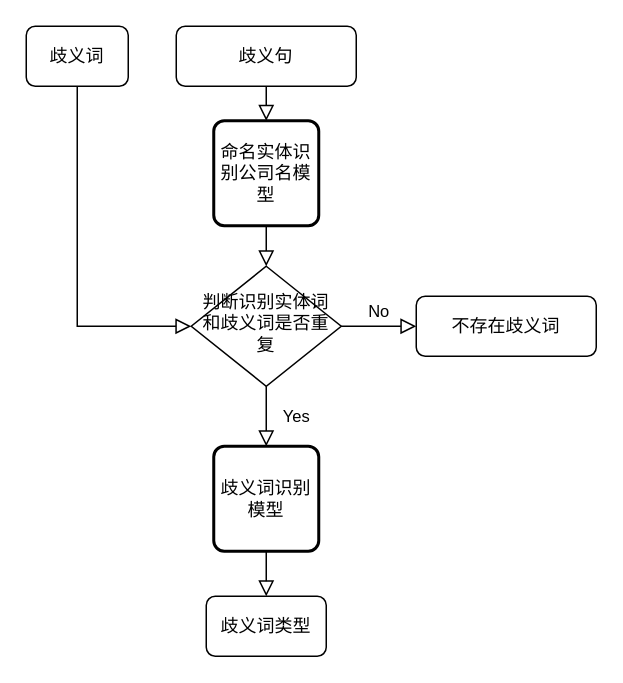
Before: other/Untitled Diagram.drawio in MMMLMF/notes, a draw.io diagram. Source tidied: cells renumbered, new cells numbered last; positions are measured from the earlier drawing's top-left corner, leaving out a move shared by most shapes. Both pictures are drawn from the tidied source at 150%, with x=0, y=0 at pixel (26, 26).
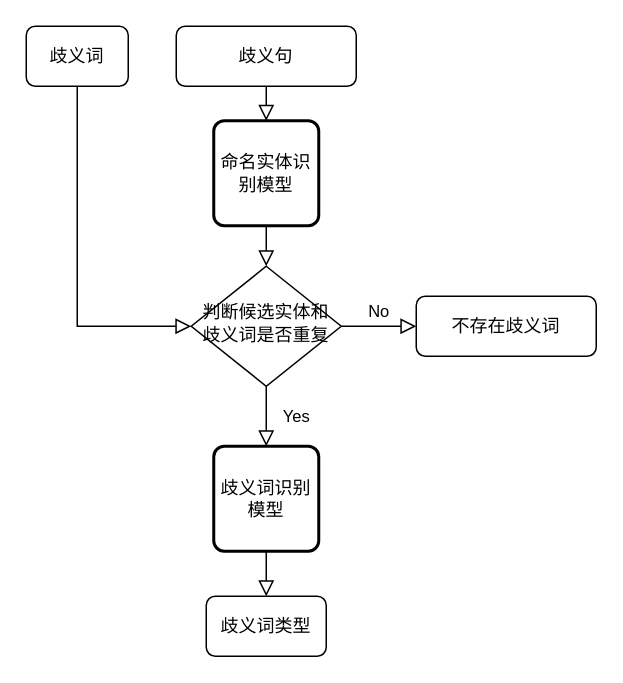
After the change.

Change to the diagram source:
```diff
@@
 <mxGraphModel>
   <root>
     <mxCell id="0" />
     <mxCell id="1" parent="0" />
     <mxCell id="2" value="歧义句" style="rounded=1;whiteSpace=wrap;html=1;fontSize=12;glass=0;strokeWidth=1;shadow=0;" parent="1" vertex="1">
       <mxGeometry x="100" width="120" height="40" as="geometry" />
     </mxCell>
     <mxCell id="3" value="Yes" style="rounded=0;html=1;jettySize=auto;fontSize=11;endArrow=block;endFill=0;endSize=8;strokeWidth=1;shadow=0;labelBackgroundColor=none;edgeStyle=orthogonalEdgeStyle;entryX=0.5;entryY=0;entryDx=0;entryDy=0;" parent="1" edge="1" source="5" target="13">
       <mxGeometry y="20" relative="1" as="geometry" />
     </mxCell>
     <mxCell id="4" value="No" style="edgeStyle=orthogonalEdgeStyle;rounded=0;html=1;jettySize=auto;fontSize=11;endArrow=block;endFill=0;endSize=8;strokeWidth=1;shadow=0;labelBackgroundColor=none;" parent="1" edge="1" source="5" target="6">
       <mxGeometry y="10" relative="1" as="geometry" />
     </mxCell>
-    <mxCell id="5" value="判断识别实体词和歧义词是否重复" style="rhombus;whiteSpace=wrap;html=1;shadow=0;fontFamily=Helvetica;fontSize=12;align=center;strokeWidth=1;spacing=6;spacingTop=-4;" parent="1" vertex="1">
+    <mxCell id="5" value="判断候选实体和歧义词是否重复" style="rhombus;whiteSpace=wrap;html=1;shadow=0;fontFamily=Helvetica;fontSize=12;align=center;strokeWidth=1;spacing=6;spacingTop=-4;" parent="1" vertex="1">
       <mxGeometry x="110" y="160" width="100" height="80" as="geometry" />
     </mxCell>
     <mxCell id="6" value="不存在歧义词" style="rounded=1;whiteSpace=wrap;html=1;fontSize=12;glass=0;strokeWidth=1;shadow=0;" parent="1" vertex="1">
       <mxGeometry x="260" y="180" width="120" height="40" as="geometry" />
     </mxCell>
     <mxCell id="7" style="rounded=0;html=1;jettySize=auto;fontSize=11;endArrow=block;endFill=0;endSize=8;strokeWidth=1;shadow=0;labelBackgroundColor=none;edgeStyle=orthogonalEdgeStyle;exitX=0.5;exitY=1;exitDx=0;exitDy=0;" parent="1" edge="1" source="13" target="8">
       <mxGeometry x="0.33" y="20" relative="1" as="geometry" />
     </mxCell>
     <mxCell id="8" value="歧义词类型" style="rounded=1;whiteSpace=wrap;html=1;fontSize=12;glass=0;strokeWidth=1;shadow=0;" parent="1" vertex="1">
       <mxGeometry x="120" y="380" width="80" height="40" as="geometry" />
     </mxCell>
     <mxCell id="9" value="歧义词" style="rounded=1;whiteSpace=wrap;html=1;fontSize=12;glass=0;strokeWidth=1;shadow=0;" parent="1" vertex="1">
       <mxGeometry width="68" height="40" as="geometry" />
     </mxCell>
     <mxCell id="10" style="rounded=0;html=1;jettySize=auto;fontSize=11;endArrow=block;endFill=0;endSize=8;strokeWidth=1;shadow=0;labelBackgroundColor=none;edgeStyle=orthogonalEdgeStyle;exitX=0.5;exitY=1;exitDx=0;exitDy=0;entryX=0;entryY=0.5;entryDx=0;entryDy=0;" parent="1" edge="1" source="9" target="5">
       <mxGeometry relative="1" as="geometry" />
     </mxCell>
     <mxCell id="11" style="rounded=0;html=1;jettySize=auto;fontSize=11;endArrow=block;endFill=0;endSize=8;strokeWidth=1;shadow=0;labelBackgroundColor=none;edgeStyle=orthogonalEdgeStyle;entryX=0.5;entryY=0;entryDx=0;entryDy=0;exitX=0.5;exitY=1;exitDx=0;exitDy=0;" parent="1" edge="1" source="12" target="5">
       <mxGeometry relative="1" as="geometry" />
     </mxCell>
-    <mxCell id="12" value="&lt;span&gt;命名实体识别公司名模型&lt;/span&gt;" style="rounded=1;whiteSpace=wrap;html=1;absoluteArcSize=1;arcSize=14;strokeWidth=2;" parent="1" vertex="1">
+    <mxCell id="12" value="&lt;span&gt;命名实体识别模型&lt;/span&gt;" style="rounded=1;whiteSpace=wrap;html=1;absoluteArcSize=1;arcSize=14;strokeWidth=2;" parent="1" vertex="1">
       <mxGeometry x="125" y="63" width="70" height="70" as="geometry" />
     </mxCell>
     <mxCell id="13" value="&lt;span&gt;歧义词识别模型&lt;/span&gt;" style="rounded=1;whiteSpace=wrap;html=1;absoluteArcSize=1;arcSize=14;strokeWidth=2;" parent="1" vertex="1">
       <mxGeometry x="125" y="280" width="70" height="70" as="geometry" />
     </mxCell>
     <mxCell id="14" style="rounded=0;html=1;jettySize=auto;fontSize=11;endArrow=block;endFill=0;endSize=8;strokeWidth=1;shadow=0;labelBackgroundColor=none;edgeStyle=orthogonalEdgeStyle;entryX=0.5;entryY=0;entryDx=0;entryDy=0;exitX=0.5;exitY=1;exitDx=0;exitDy=0;" parent="1" edge="1" source="2" target="12">
       <mxGeometry relative="1" as="geometry" />
     </mxCell>
   </root>
 </mxGraphModel>
```
